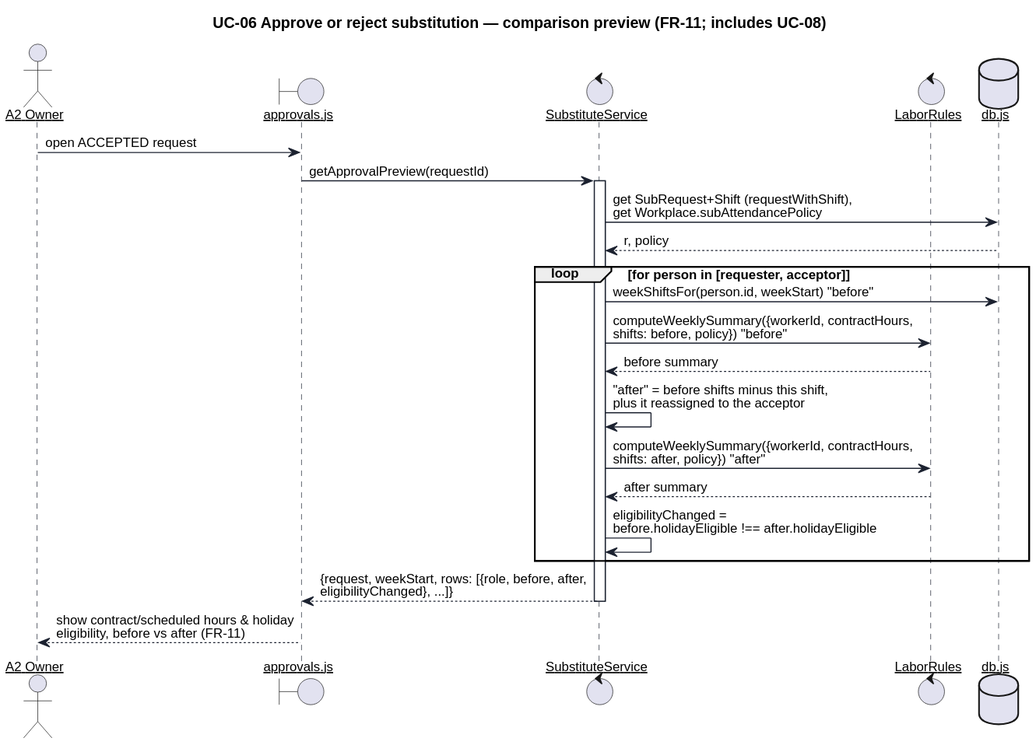
keemlogan/shiftswap keeps this PlantUML diagram as uml/seq-3-approve-preview.svg. Above is the earlier version. Its diagram source:
```plantuml
@startuml
skinparam defaultFontName "Helvetica"
skinparam defaultFontSize 12
skinparam shadowing false
skinparam backgroundColor #FFFFFF
skinparam sequenceArrowThickness 1
skinparam sequenceParticipant underline
skinparam participant {
  BackgroundColor #FFFFFF
  BorderColor #1C2230
}
skinparam sequence {
  LifeLineBorderColor #1C2230
  ArrowColor #1C2230
  BoxBorderColor #1C2230
}

title UC-06 Approve or reject substitution — comparison preview (FR-11; includes UC-08)

actor "A2 Owner" as Owner
boundary "approvals.js" as UI
control "SubstituteService" as Svc
control "LaborRules" as Rules
database "db.js" as DB

Owner -> UI : open ACCEPTED request
UI -> Svc : getApprovalPreview(requestId)
activate Svc
Svc -> DB : get SubRequest+Shift (requestWithShift),\nget Workplace.subAttendancePolicy
DB --> Svc : r, policy

loop for person in [requester, acceptor]
  Svc -> DB : weekShiftsFor(person.id, weekStart) "before"
  Svc -> Rules : computeWeeklySummary({workerId, contractHours,\nshifts: before, policy}) "before"
  Rules --> Svc : before summary
  Svc -> Svc : "after" = before shifts minus this shift,\nplus it reassigned to the acceptor
  Svc -> Rules : computeWeeklySummary({workerId, contractHours,\nshifts: after, policy}) "after"
  Rules --> Svc : after summary
  Svc -> Svc : eligibilityChanged =\nbefore.holidayEligible !== after.holidayEligible
end

Svc --> UI : {request, weekStart, rows: [{role, before, after,\neligibilityChanged}, ...]}
deactivate Svc
UI --> Owner : show contract/scheduled hours & holiday\neligibility, before vs after (FR-11)
@enduml
```
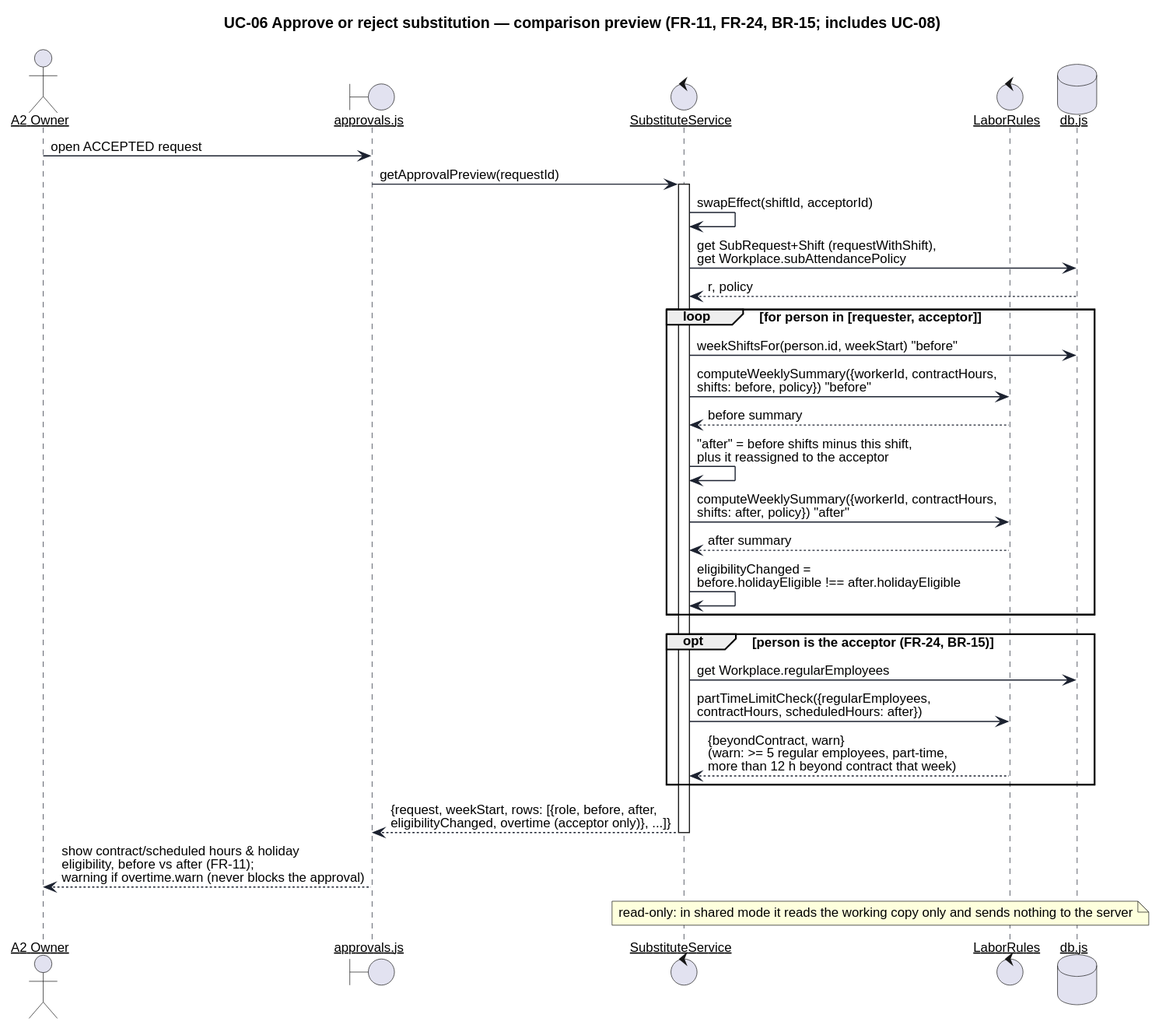
After the change.

What changed in the source:
```diff
@@ -15,7 +15,7 @@
   BoxBorderColor #1C2230
 }
 
-title UC-06 Approve or reject substitution — comparison preview (FR-11; includes UC-08)
+title UC-06 Approve or reject substitution — comparison preview (FR-11, FR-24, BR-15; includes UC-08)
 
 actor "A2 Owner" as Owner
 boundary "approvals.js" as UI
@@ -26,6 +26,7 @@
 Owner -> UI : open ACCEPTED request
 UI -> Svc : getApprovalPreview(requestId)
 activate Svc
+Svc -> Svc : swapEffect(shiftId, acceptorId)
 Svc -> DB : get SubRequest+Shift (requestWithShift),\nget Workplace.subAttendancePolicy
 DB --> Svc : r, policy
 
@@ -39,7 +40,15 @@
   Svc -> Svc : eligibilityChanged =\nbefore.holidayEligible !== after.holidayEligible
 end
 
-Svc --> UI : {request, weekStart, rows: [{role, before, after,\neligibilityChanged}, ...]}
+opt person is the acceptor (FR-24, BR-15)
+  Svc -> DB : get Workplace.regularEmployees
+  Svc -> Rules : partTimeLimitCheck({regularEmployees,\ncontractHours, scheduledHours: after})
+  Rules --> Svc : {beyondContract, warn}\n(warn: >= 5 regular employees, part-time,\nmore than 12 h beyond contract that week)
+end
+
+Svc --> UI : {request, weekStart, rows: [{role, before, after,\neligibilityChanged, overtime (acceptor only)}, ...]}
 deactivate Svc
-UI --> Owner : show contract/scheduled hours & holiday\neligibility, before vs after (FR-11)
+UI --> Owner : show contract/scheduled hours & holiday\neligibility, before vs after (FR-11);\nwarning if overtime.warn (never blocks the approval)
+
+note over Svc, DB : read-only: in shared mode it reads the working copy only and sends nothing to the server
 @enduml
```
